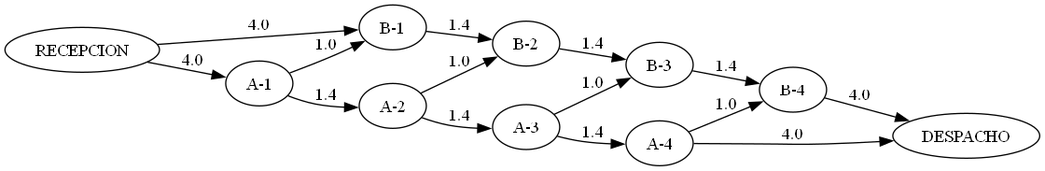
Above: almacen.png in MarsNunez/Algoritmos-F3 (Graphviz), before the change. Its source is kept beside it as almacen.dot. The source it was exported from:
```dot
digraph G {
  rankdir=LR;
  1 [label="RECEPCION"];
  2 [label="DESPACHO"];
  20 [label="B-1"];
  21 [label="B-2"];
  22 [label="B-3"];
  23 [label="B-4"];
  10 [label="A-1"];
  11 [label="A-2"];
  12 [label="A-3"];
  13 [label="A-4"];
  1 -> 20 [label="4.0"];
  1 -> 10 [label="4.0"];
  20 -> 21 [label="1.4"];
  21 -> 22 [label="1.4"];
  22 -> 23 [label="1.4"];
  23 -> 2 [label="4.0"];
  10 -> 11 [label="1.4"];
  10 -> 20 [label="1.0"];
  11 -> 21 [label="1.0"];
  11 -> 12 [label="1.4"];
  12 -> 13 [label="1.4"];
  12 -> 22 [label="1.0"];
  13 -> 23 [label="1.0"];
  13 -> 2 [label="4.0"];
}
```
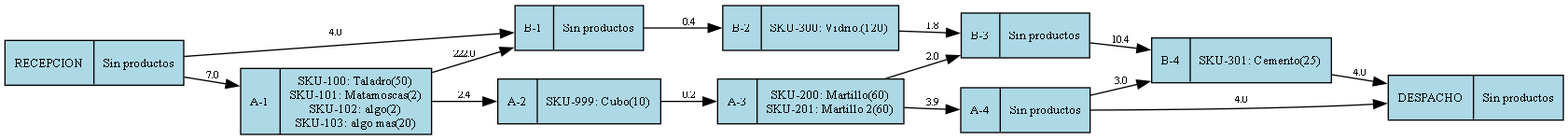
The same diagram one commit later.

What changed in the source:
```diff
@@ -1,27 +1,38 @@
 digraph G {
   rankdir=LR;
-  1 [label="RECEPCION"];
-  2 [label="DESPACHO"];
-  20 [label="B-1"];
-  21 [label="B-2"];
-  22 [label="B-3"];
-  23 [label="B-4"];
-  10 [label="A-1"];
-  11 [label="A-2"];
-  12 [label="A-3"];
-  13 [label="A-4"];
-  1 -> 20 [label="4.0"];
-  1 -> 10 [label="4.0"];
-  20 -> 21 [label="1.4"];
-  21 -> 22 [label="1.4"];
-  22 -> 23 [label="1.4"];
-  23 -> 2 [label="4.0"];
-  10 -> 11 [label="1.4"];
-  10 -> 20 [label="1.0"];
-  11 -> 21 [label="1.0"];
-  11 -> 12 [label="1.4"];
-  12 -> 13 [label="1.4"];
-  12 -> 22 [label="1.0"];
-  13 -> 23 [label="1.0"];
-  13 -> 2 [label="4.0"];
+  node [shape=record, style=filled, fillcolor=lightblue];
+
+  1 [label="{RECEPCION|Sin productos}", fontsize=10];
+
+  2 [label="{DESPACHO|Sin productos}", fontsize=10];
+
+  20 [label="{B-1|Sin productos}", fontsize=10];
+
+  21 [label="{B-2|SKU-300: Vidrio.(120)}", fontsize=10];
+
+  22 [label="{B-3|Sin productos}", fontsize=10];
+
+  23 [label="{B-4|SKU-301: Cemento(25)}", fontsize=10];
+
+  10 [label="{A-1|SKU-100: Taladro(50)\nSKU-101: Matamoscas(2)\nSKU-102: algo(2)\nSKU-103: algo mas(20)}", fontsize=10];
+
+  11 [label="{A-2|SKU-999: Cubo(10)}", fontsize=10];
+
+  12 [label="{A-3|SKU-200: Martillo(60)\nSKU-201: Martillo 2(60)}", fontsize=10];
+
+  13 [label="{A-4|Sin productos}", fontsize=10];
+
+  1 -> 10 [label="7.0", fontsize=8];
+  1 -> 20 [label="4.0", fontsize=8];
+  20 -> 21 [label="0.4", fontsize=8];
+  21 -> 22 [label="1.8", fontsize=8];
+  22 -> 23 [label="10.4", fontsize=8];
+  23 -> 2 [label="4.0", fontsize=8];
+  10 -> 20 [label="222.0", fontsize=8];
+  10 -> 11 [label="2.4", fontsize=8];
+  11 -> 12 [label="0.2", fontsize=8];
+  12 -> 22 [label="2.0", fontsize=8];
+  12 -> 13 [label="3.9", fontsize=8];
+  13 -> 2 [label="4.0", fontsize=8];
+  13 -> 23 [label="3.0", fontsize=8];
 }
```
